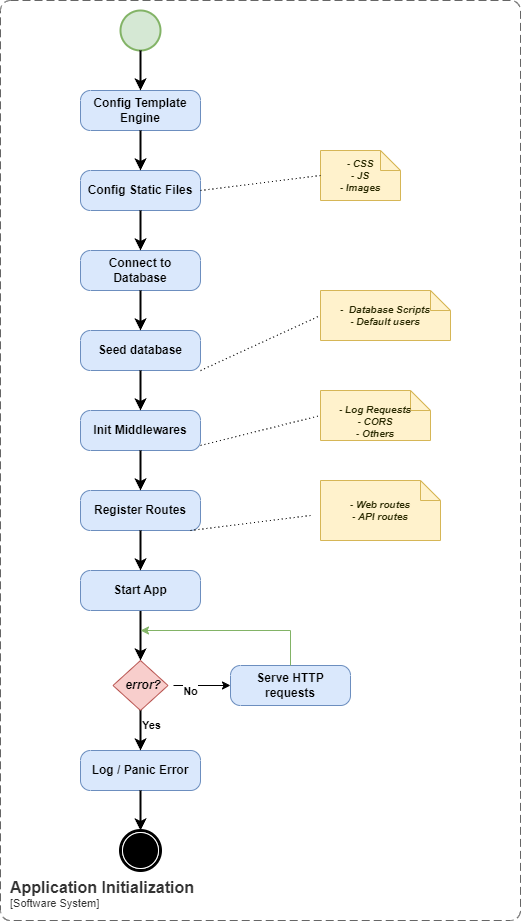
ortizdavid/golang-modular-software keeps this draw.io diagram as docs/_diagrams/App Initalization.png. Above is the earlier version. Source tidied: cells renumbered, new cells last; positions are measured from the earlier drawing's top-left corner, leaving out a move shared by most shapes. Its diagram source:
```xml
<mxGraphModel>
  <root>
    <mxCell id="0" />
    <mxCell id="1" parent="0" />
    <mxCell id="2" value="Config Template Engine" style="points=[[0.25,0,0],[0.5,0,0],[0.75,0,0],[1,0.25,0],[1,0.5,0],[1,0.75,0],[0.75,1,0],[0.5,1,0],[0.25,1,0],[0,0.75,0],[0,0.5,0],[0,0.25,0]];shape=mxgraph.bpmn.task;whiteSpace=wrap;rectStyle=rounded;size=10;html=1;taskMarker=abstract;fillColor=#dae8fc;strokeColor=#6c8ebf;fontStyle=1;" parent="1" vertex="1">
      <mxGeometry x="80" y="90" width="120" height="40" as="geometry" />
    </mxCell>
    <object id="3" label="&lt;font style=&quot;font-size: 16px&quot;&gt;&lt;b&gt;&lt;div style=&quot;text-align: left&quot;&gt;%c4Name%&lt;/div&gt;&lt;/b&gt;&lt;/font&gt;&lt;div style=&quot;text-align: left&quot;&gt;[%c4Application%]&lt;/div&gt;" c4Application="Software System" c4Name="Application Initialization" c4Type="SystemScopeBoundary" placeholders="1">
      <mxCell style="rounded=1;fontSize=11;whiteSpace=wrap;html=1;dashed=1;arcSize=20;fillColor=none;strokeColor=#666666;fontColor=#333333;labelBackgroundColor=none;align=left;verticalAlign=bottom;labelBorderColor=none;spacingTop=0;spacing=10;dashPattern=8 4;perimeter=rectanglePerimeter;noLabel=0;labelPadding=0;absoluteArcSize=1;" parent="1" vertex="1">
        <mxGeometry width="520" height="920" as="geometry" />
      </mxCell>
    </object>
    <mxCell id="4" value="Connect to Database" style="points=[[0.25,0,0],[0.5,0,0],[0.75,0,0],[1,0.25,0],[1,0.5,0],[1,0.75,0],[0.75,1,0],[0.5,1,0],[0.25,1,0],[0,0.75,0],[0,0.5,0],[0,0.25,0]];shape=mxgraph.bpmn.task;whiteSpace=wrap;rectStyle=rounded;size=10;html=1;taskMarker=abstract;fillColor=#dae8fc;strokeColor=#6c8ebf;fontStyle=1;" parent="1" vertex="1">
      <mxGeometry x="80" y="250" width="120" height="40" as="geometry" />
    </mxCell>
    <mxCell id="5" value="Seed database" style="points=[[0.25,0,0],[0.5,0,0],[0.75,0,0],[1,0.25,0],[1,0.5,0],[1,0.75,0],[0.75,1,0],[0.5,1,0],[0.25,1,0],[0,0.75,0],[0,0.5,0],[0,0.25,0]];shape=mxgraph.bpmn.task;whiteSpace=wrap;rectStyle=rounded;size=10;html=1;taskMarker=abstract;fillColor=#dae8fc;strokeColor=#6c8ebf;fontStyle=1;" parent="1" vertex="1">
      <mxGeometry x="80" y="330" width="120" height="40" as="geometry" />
    </mxCell>
    <mxCell id="6" value="Config Static Files" style="points=[[0.25,0,0],[0.5,0,0],[0.75,0,0],[1,0.25,0],[1,0.5,0],[1,0.75,0],[0.75,1,0],[0.5,1,0],[0.25,1,0],[0,0.75,0],[0,0.5,0],[0,0.25,0]];shape=mxgraph.bpmn.task;whiteSpace=wrap;rectStyle=rounded;size=10;html=1;taskMarker=abstract;fillColor=#dae8fc;strokeColor=#6c8ebf;fontStyle=1;" parent="1" vertex="1">
      <mxGeometry x="80" y="170" width="120" height="40" as="geometry" />
    </mxCell>
    <mxCell id="7" value="Init Middlewares" style="points=[[0.25,0,0],[0.5,0,0],[0.75,0,0],[1,0.25,0],[1,0.5,0],[1,0.75,0],[0.75,1,0],[0.5,1,0],[0.25,1,0],[0,0.75,0],[0,0.5,0],[0,0.25,0]];shape=mxgraph.bpmn.task;whiteSpace=wrap;rectStyle=rounded;size=10;html=1;taskMarker=abstract;fillColor=#dae8fc;strokeColor=#6c8ebf;fontStyle=1;" parent="1" vertex="1">
      <mxGeometry x="80" y="410" width="120" height="40" as="geometry" />
    </mxCell>
    <mxCell id="8" value="Register Routes" style="points=[[0.25,0,0],[0.5,0,0],[0.75,0,0],[1,0.25,0],[1,0.5,0],[1,0.75,0],[0.75,1,0],[0.5,1,0],[0.25,1,0],[0,0.75,0],[0,0.5,0],[0,0.25,0]];shape=mxgraph.bpmn.task;whiteSpace=wrap;rectStyle=rounded;size=10;html=1;taskMarker=abstract;fillColor=#dae8fc;strokeColor=#6c8ebf;fontStyle=1;" parent="1" vertex="1">
      <mxGeometry x="80" y="490" width="120" height="40" as="geometry" />
    </mxCell>
    <mxCell id="9" style="edgeStyle=orthogonalEdgeStyle;rounded=0;jettySize=auto;html=1;entryX=0.5;entryY=0;entryDx=0;entryDy=0;entryPerimeter=0;fontStyle=1;strokeWidth=2;" parent="1" edge="1" source="2" target="6">
      <mxGeometry relative="1" as="geometry" />
    </mxCell>
    <mxCell id="10" style="edgeStyle=orthogonalEdgeStyle;rounded=0;jettySize=auto;html=1;exitX=0.5;exitY=1;exitDx=0;exitDy=0;exitPerimeter=0;entryX=0.5;entryY=0;entryDx=0;entryDy=0;entryPerimeter=0;fontStyle=1;strokeWidth=2;" parent="1" edge="1" source="6" target="4">
      <mxGeometry relative="1" as="geometry" />
    </mxCell>
    <mxCell id="11" style="edgeStyle=orthogonalEdgeStyle;rounded=0;jettySize=auto;html=1;exitX=0.5;exitY=1;exitDx=0;exitDy=0;exitPerimeter=0;strokeWidth=2;" parent="1" edge="1" source="12">
      <mxGeometry relative="1" as="geometry">
        <mxPoint x="140" y="660" as="targetPoint" />
      </mxGeometry>
    </mxCell>
    <mxCell id="12" value="Start App" style="points=[[0.25,0,0],[0.5,0,0],[0.75,0,0],[1,0.25,0],[1,0.5,0],[1,0.75,0],[0.75,1,0],[0.5,1,0],[0.25,1,0],[0,0.75,0],[0,0.5,0],[0,0.25,0]];shape=mxgraph.bpmn.task;whiteSpace=wrap;rectStyle=rounded;size=10;html=1;taskMarker=abstract;fillColor=#dae8fc;strokeColor=#6c8ebf;fontStyle=1;" parent="1" vertex="1">
      <mxGeometry x="80" y="570" width="120" height="40" as="geometry" />
    </mxCell>
    <mxCell id="13" style="edgeStyle=orthogonalEdgeStyle;rounded=0;jettySize=auto;html=1;exitX=0.5;exitY=1;exitDx=0;exitDy=0;exitPerimeter=0;entryX=0.5;entryY=0;entryDx=0;entryDy=0;entryPerimeter=0;fontStyle=1;strokeWidth=2;" parent="1" edge="1" source="4" target="5">
      <mxGeometry relative="1" as="geometry" />
    </mxCell>
    <mxCell id="14" style="edgeStyle=orthogonalEdgeStyle;rounded=0;jettySize=auto;html=1;entryX=0.5;entryY=0;entryDx=0;entryDy=0;entryPerimeter=0;fontStyle=1;strokeWidth=2;" parent="1" edge="1" source="5" target="7">
      <mxGeometry relative="1" as="geometry" />
    </mxCell>
    <mxCell id="15" style="edgeStyle=orthogonalEdgeStyle;rounded=0;jettySize=auto;html=1;entryX=0.5;entryY=0;entryDx=0;entryDy=0;entryPerimeter=0;fontStyle=1;strokeWidth=2;" parent="1" edge="1" source="7" target="8">
      <mxGeometry relative="1" as="geometry" />
    </mxCell>
    <mxCell id="16" style="points=[[0.145,0.145,0],[0.5,0,0],[0.855,0.145,0],[1,0.5,0],[0.855,0.855,0],[0.5,1,0],[0.145,0.855,0],[0,0.5,0]];shape=mxgraph.bpmn.event;html=1;verticalLabelPosition=bottom;labelBackgroundColor=#ffffff;verticalAlign=top;align=center;perimeter=ellipsePerimeter;outlineConnect=0;outline=end;symbol=terminate;" parent="1" vertex="1">
      <mxGeometry x="120" y="830" width="40" height="40" as="geometry" />
    </mxCell>
    <mxCell id="17" style="points=[[0.145,0.145,0],[0.5,0,0],[0.855,0.145,0],[1,0.5,0],[0.855,0.855,0],[0.5,1,0],[0.145,0.855,0],[0,0.5,0]];shape=mxgraph.bpmn.event;html=1;verticalLabelPosition=bottom;labelBackgroundColor=#ffffff;verticalAlign=top;align=center;perimeter=ellipsePerimeter;outlineConnect=0;outline=standard;symbol=general;fillColor=#d5e8d4;strokeColor=#82b366;strokeWidth=2;" parent="1" vertex="1">
      <mxGeometry x="120" y="10" width="40" height="40" as="geometry" />
    </mxCell>
    <mxCell id="18" style="edgeStyle=orthogonalEdgeStyle;rounded=0;jettySize=auto;html=1;exitX=0.5;exitY=1;exitDx=0;exitDy=0;exitPerimeter=0;entryX=0.5;entryY=0;entryDx=0;entryDy=0;entryPerimeter=0;strokeWidth=2;" parent="1" edge="1" source="17" target="2">
      <mxGeometry relative="1" as="geometry" />
    </mxCell>
    <mxCell id="19" style="edgeStyle=orthogonalEdgeStyle;rounded=0;jettySize=auto;html=1;exitX=0.5;exitY=1;exitDx=0;exitDy=0;exitPerimeter=0;entryX=0.5;entryY=0;entryDx=0;entryDy=0;entryPerimeter=0;strokeWidth=2;" parent="1" edge="1" source="8" target="12">
      <mxGeometry relative="1" as="geometry" />
    </mxCell>
    <mxCell id="20" style="points=[[0.25,0.25,0],[0.5,0,0],[0.75,0.25,0],[1,0.5,0],[0.75,0.75,0],[0.5,1,0],[0.25,0.75,0],[0,0.5,0]];shape=mxgraph.bpmn.gateway2;html=1;verticalLabelPosition=bottom;labelBackgroundColor=#ffffff;verticalAlign=top;align=center;perimeter=rhombusPerimeter;outlineConnect=0;outline=none;symbol=none;fillColor=#f8cecc;strokeColor=#b85450;" parent="1" vertex="1">
      <mxGeometry x="112.5" y="660" width="55" height="50" as="geometry" />
    </mxCell>
    <mxCell id="21" value="Log&amp;nbsp;&lt;span style=&quot;background-color: initial;&quot;&gt;/ Panic Error&lt;/span&gt;" style="points=[[0.25,0,0],[0.5,0,0],[0.75,0,0],[1,0.25,0],[1,0.5,0],[1,0.75,0],[0.75,1,0],[0.5,1,0],[0.25,1,0],[0,0.75,0],[0,0.5,0],[0,0.25,0]];shape=mxgraph.bpmn.task;whiteSpace=wrap;rectStyle=rounded;size=10;html=1;taskMarker=abstract;fillColor=#dae8fc;strokeColor=#6c8ebf;fontStyle=1;" parent="1" vertex="1">
      <mxGeometry x="80" y="750" width="120" height="40" as="geometry" />
    </mxCell>
    <mxCell id="22" style="edgeStyle=orthogonalEdgeStyle;rounded=0;jettySize=auto;html=1;exitX=0.5;exitY=1;exitDx=0;exitDy=0;exitPerimeter=0;entryX=0.5;entryY=0;entryDx=0;entryDy=0;entryPerimeter=0;strokeWidth=2;" parent="1" edge="1" source="21" target="16">
      <mxGeometry relative="1" as="geometry" />
    </mxCell>
    <mxCell id="23" style="edgeStyle=orthogonalEdgeStyle;rounded=0;jettySize=auto;html=1;exitX=0.5;exitY=1;exitDx=0;exitDy=0;exitPerimeter=0;entryX=0.5;entryY=0;entryDx=0;entryDy=0;entryPerimeter=0;strokeWidth=2;" parent="1" edge="1" source="20" target="21">
      <mxGeometry relative="1" as="geometry" />
    </mxCell>
    <mxCell id="24" value="Yes" style="edgeLabel;html=1;align=center;verticalAlign=middle;fontStyle=1;" parent="23" vertex="1">
      <mxGeometry x="-0.12" y="-1" relative="1" as="geometry">
        <mxPoint x="11" y="-3" as="offset" />
      </mxGeometry>
    </mxCell>
    <mxCell id="25" value="error?" style="text;html=1;align=center;verticalAlign=middle;whiteSpace=wrap;rounded=0;fontStyle=3;" parent="1" vertex="1">
      <mxGeometry x="113" y="670" width="60" height="30" as="geometry" />
    </mxCell>
    <mxCell id="26" value="Serve HTTP requests" style="points=[[0.25,0,0],[0.5,0,0],[0.75,0,0],[1,0.25,0],[1,0.5,0],[1,0.75,0],[0.75,1,0],[0.5,1,0],[0.25,1,0],[0,0.75,0],[0,0.5,0],[0,0.25,0]];shape=mxgraph.bpmn.task;whiteSpace=wrap;rectStyle=rounded;size=10;html=1;taskMarker=abstract;fillColor=#dae8fc;strokeColor=#6c8ebf;fontStyle=1;" parent="1" vertex="1">
      <mxGeometry x="230" y="665" width="120" height="40" as="geometry" />
    </mxCell>
    <mxCell id="27" style="edgeStyle=orthogonalEdgeStyle;rounded=0;jettySize=auto;html=1;exitX=1;exitY=0.5;exitDx=0;exitDy=0;entryX=0;entryY=0.5;entryDx=0;entryDy=0;entryPerimeter=0;" parent="1" edge="1" source="25" target="26">
      <mxGeometry relative="1" as="geometry" />
    </mxCell>
    <mxCell id="28" value="No" style="edgeLabel;html=1;align=center;verticalAlign=middle;fontStyle=1;" parent="27" vertex="1">
      <mxGeometry x="-0.1" y="-5" relative="1" as="geometry">
        <mxPoint x="-9" as="offset" />
      </mxGeometry>
    </mxCell>
    <mxCell id="29" value="&lt;font style=&quot;font-size: 10px;&quot;&gt;&lt;i style=&quot;font-size: 10px;&quot;&gt;- CSS&lt;br style=&quot;font-size: 10px;&quot;&gt;- JS&lt;br style=&quot;font-size: 10px;&quot;&gt;- Images&lt;/i&gt;&lt;/font&gt;" style="shape=note;strokeWidth=1;fontSize=10;size=20;whiteSpace=wrap;html=1;fillColor=#fff2cc;strokeColor=#d6b656;fontColor=#292900;fontStyle=1;" parent="1" vertex="1">
      <mxGeometry x="320" y="150" width="80" height="50" as="geometry" />
    </mxCell>
    <mxCell id="30" style="endArrow=none;dashed=1;html=1;dashPattern=1 3;strokeWidth=1;rounded=0;exitX=1;exitY=0.5;exitDx=0;exitDy=0;exitPerimeter=0;entryX=0;entryY=0.5;entryDx=0;entryDy=0;entryPerimeter=0;" parent="1" edge="1" source="6" target="29">
      <mxGeometry relative="1" as="geometry" />
    </mxCell>
    <mxCell id="31" value="&lt;br&gt;&lt;div&gt;&lt;i&gt;- Log Requests&lt;/i&gt;&lt;/div&gt;&lt;div&gt;&lt;i&gt;- CORS&lt;br&gt;- Others&lt;/i&gt;&lt;/div&gt;" style="shape=note;strokeWidth=1;fontSize=10;size=20;whiteSpace=wrap;html=1;fillColor=#fff2cc;strokeColor=#d6b656;fontColor=#292900;fontStyle=1;" parent="1" vertex="1">
      <mxGeometry x="320" y="390" width="110" height="50" as="geometry" />
    </mxCell>
    <mxCell id="32" style="endArrow=none;dashed=1;html=1;dashPattern=1 3;strokeWidth=1;rounded=0;exitX=1;exitY=0.5;exitDx=0;exitDy=0;exitPerimeter=0;entryX=0;entryY=0.5;entryDx=0;entryDy=0;entryPerimeter=0;" parent="1" edge="1" target="31">
      <mxGeometry relative="1" as="geometry">
        <mxPoint x="200" y="445" as="sourcePoint" />
      </mxGeometry>
    </mxCell>
    <mxCell id="33" value="- Web routes&lt;div&gt;- API routes&lt;/div&gt;" style="shape=note;strokeWidth=1;fontSize=10;size=20;whiteSpace=wrap;html=1;fillColor=#fff2cc;strokeColor=#d6b656;fontColor=#292900;fontStyle=3;" parent="1" vertex="1">
      <mxGeometry x="320" y="480" width="120" height="60" as="geometry" />
    </mxCell>
    <mxCell id="34" style="endArrow=none;dashed=1;html=1;dashPattern=1 3;strokeWidth=1;rounded=0;entryX=0;entryY=0.5;entryDx=0;entryDy=0;entryPerimeter=0;" parent="1" edge="1">
      <mxGeometry relative="1" as="geometry">
        <mxPoint x="190" y="530" as="sourcePoint" />
        <mxPoint x="310" y="515" as="targetPoint" />
      </mxGeometry>
    </mxCell>
    <mxCell id="35" value="&lt;i&gt;-&amp;nbsp; Database Scripts&lt;/i&gt;&lt;div&gt;&lt;i&gt;- Default users&lt;/i&gt;&lt;/div&gt;" style="shape=note;strokeWidth=1;fontSize=10;size=20;whiteSpace=wrap;html=1;fillColor=#fff2cc;strokeColor=#d6b656;fontColor=#292900;fontStyle=1;" parent="1" vertex="1">
      <mxGeometry x="320" y="290" width="130" height="50" as="geometry" />
    </mxCell>
    <mxCell id="36" style="endArrow=none;dashed=1;html=1;dashPattern=1 3;strokeWidth=1;rounded=0;exitX=1;exitY=0.5;exitDx=0;exitDy=0;exitPerimeter=0;entryX=0;entryY=0.5;entryDx=0;entryDy=0;entryPerimeter=0;" parent="1" edge="1" target="35">
      <mxGeometry relative="1" as="geometry">
        <mxPoint x="200" y="370" as="sourcePoint" />
      </mxGeometry>
    </mxCell>
    <mxCell id="37" style="endArrow=classic;html=1;rounded=0;fillColor=#d5e8d4;strokeColor=#82b366;exitX=0.5;exitY=0;exitDx=0;exitDy=0;exitPerimeter=0;" parent="1" edge="1" source="26">
      <mxGeometry relative="1" as="geometry">
        <mxPoint x="140" y="630" as="targetPoint" />
        <Array as="points">
          <mxPoint x="290" y="630" />
        </Array>
      </mxGeometry>
    </mxCell>
  </root>
</mxGraphModel>
```
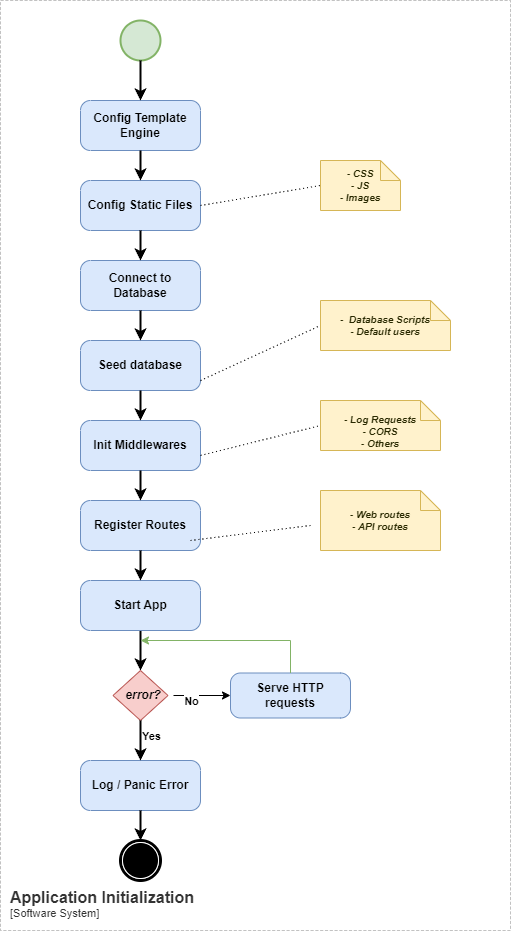
The same file after the commit.

What changed in the source:
```diff
@@ -3,27 +3,27 @@
     <mxCell id="0" />
     <mxCell id="1" parent="0" />
     <mxCell id="2" value="Config Template Engine" style="points=[[0.25,0,0],[0.5,0,0],[0.75,0,0],[1,0.25,0],[1,0.5,0],[1,0.75,0],[0.75,1,0],[0.5,1,0],[0.25,1,0],[0,0.75,0],[0,0.5,0],[0,0.25,0]];shape=mxgraph.bpmn.task;whiteSpace=wrap;rectStyle=rounded;size=10;html=1;taskMarker=abstract;fillColor=#dae8fc;strokeColor=#6c8ebf;fontStyle=1;" parent="1" vertex="1">
-      <mxGeometry x="80" y="90" width="120" height="40" as="geometry" />
+      <mxGeometry x="80" y="90" width="120" height="50" as="geometry" />
     </mxCell>
     <object id="3" label="&lt;font style=&quot;font-size: 16px&quot;&gt;&lt;b&gt;&lt;div style=&quot;text-align: left&quot;&gt;%c4Name%&lt;/div&gt;&lt;/b&gt;&lt;/font&gt;&lt;div style=&quot;text-align: left&quot;&gt;[%c4Application%]&lt;/div&gt;" c4Application="Software System" c4Name="Application Initialization" c4Type="SystemScopeBoundary" placeholders="1">
-      <mxCell style="rounded=1;fontSize=11;whiteSpace=wrap;html=1;dashed=1;arcSize=20;fillColor=none;strokeColor=#666666;fontColor=#333333;labelBackgroundColor=none;align=left;verticalAlign=bottom;labelBorderColor=none;spacingTop=0;spacing=10;dashPattern=8 4;perimeter=rectanglePerimeter;noLabel=0;labelPadding=0;absoluteArcSize=1;" parent="1" vertex="1">
-        <mxGeometry width="520" height="920" as="geometry" />
+      <mxCell style="rounded=0;fontSize=11;whiteSpace=wrap;html=1;dashed=1;arcSize=20;fillColor=none;strokeColor=#666666;fontColor=#333333;labelBackgroundColor=none;align=left;verticalAlign=bottom;labelBorderColor=none;spacingTop=0;spacing=10;dashPattern=8 4;perimeter=rectanglePerimeter;noLabel=0;labelPadding=0;absoluteArcSize=1;strokeWidth=0.4;" parent="1" vertex="1">
+        <mxGeometry y="-10" width="510" height="930" as="geometry" />
       </mxCell>
     </object>
     <mxCell id="4" value="Connect to Database" style="points=[[0.25,0,0],[0.5,0,0],[0.75,0,0],[1,0.25,0],[1,0.5,0],[1,0.75,0],[0.75,1,0],[0.5,1,0],[0.25,1,0],[0,0.75,0],[0,0.5,0],[0,0.25,0]];shape=mxgraph.bpmn.task;whiteSpace=wrap;rectStyle=rounded;size=10;html=1;taskMarker=abstract;fillColor=#dae8fc;strokeColor=#6c8ebf;fontStyle=1;" parent="1" vertex="1">
-      <mxGeometry x="80" y="250" width="120" height="40" as="geometry" />
+      <mxGeometry x="80" y="250" width="120" height="50" as="geometry" />
     </mxCell>
     <mxCell id="5" value="Seed database" style="points=[[0.25,0,0],[0.5,0,0],[0.75,0,0],[1,0.25,0],[1,0.5,0],[1,0.75,0],[0.75,1,0],[0.5,1,0],[0.25,1,0],[0,0.75,0],[0,0.5,0],[0,0.25,0]];shape=mxgraph.bpmn.task;whiteSpace=wrap;rectStyle=rounded;size=10;html=1;taskMarker=abstract;fillColor=#dae8fc;strokeColor=#6c8ebf;fontStyle=1;" parent="1" vertex="1">
-      <mxGeometry x="80" y="330" width="120" height="40" as="geometry" />
+      <mxGeometry x="80" y="330" width="120" height="50" as="geometry" />
     </mxCell>
     <mxCell id="6" value="Config Static Files" style="points=[[0.25,0,0],[0.5,0,0],[0.75,0,0],[1,0.25,0],[1,0.5,0],[1,0.75,0],[0.75,1,0],[0.5,1,0],[0.25,1,0],[0,0.75,0],[0,0.5,0],[0,0.25,0]];shape=mxgraph.bpmn.task;whiteSpace=wrap;rectStyle=rounded;size=10;html=1;taskMarker=abstract;fillColor=#dae8fc;strokeColor=#6c8ebf;fontStyle=1;" parent="1" vertex="1">
-      <mxGeometry x="80" y="170" width="120" height="40" as="geometry" />
+      <mxGeometry x="80" y="170" width="120" height="50" as="geometry" />
     </mxCell>
     <mxCell id="7" value="Init Middlewares" style="points=[[0.25,0,0],[0.5,0,0],[0.75,0,0],[1,0.25,0],[1,0.5,0],[1,0.75,0],[0.75,1,0],[0.5,1,0],[0.25,1,0],[0,0.75,0],[0,0.5,0],[0,0.25,0]];shape=mxgraph.bpmn.task;whiteSpace=wrap;rectStyle=rounded;size=10;html=1;taskMarker=abstract;fillColor=#dae8fc;strokeColor=#6c8ebf;fontStyle=1;" parent="1" vertex="1">
-      <mxGeometry x="80" y="410" width="120" height="40" as="geometry" />
+      <mxGeometry x="80" y="410" width="120" height="50" as="geometry" />
     </mxCell>
     <mxCell id="8" value="Register Routes" style="points=[[0.25,0,0],[0.5,0,0],[0.75,0,0],[1,0.25,0],[1,0.5,0],[1,0.75,0],[0.75,1,0],[0.5,1,0],[0.25,1,0],[0,0.75,0],[0,0.5,0],[0,0.25,0]];shape=mxgraph.bpmn.task;whiteSpace=wrap;rectStyle=rounded;size=10;html=1;taskMarker=abstract;fillColor=#dae8fc;strokeColor=#6c8ebf;fontStyle=1;" parent="1" vertex="1">
-      <mxGeometry x="80" y="490" width="120" height="40" as="geometry" />
+      <mxGeometry x="80" y="490" width="120" height="50" as="geometry" />
     </mxCell>
     <mxCell id="9" style="edgeStyle=orthogonalEdgeStyle;rounded=0;jettySize=auto;html=1;entryX=0.5;entryY=0;entryDx=0;entryDy=0;entryPerimeter=0;fontStyle=1;strokeWidth=2;" parent="1" edge="1" source="2" target="6">
       <mxGeometry relative="1" as="geometry" />
@@ -37,7 +37,7 @@
       </mxGeometry>
     </mxCell>
     <mxCell id="12" value="Start App" style="points=[[0.25,0,0],[0.5,0,0],[0.75,0,0],[1,0.25,0],[1,0.5,0],[1,0.75,0],[0.75,1,0],[0.5,1,0],[0.25,1,0],[0,0.75,0],[0,0.5,0],[0,0.25,0]];shape=mxgraph.bpmn.task;whiteSpace=wrap;rectStyle=rounded;size=10;html=1;taskMarker=abstract;fillColor=#dae8fc;strokeColor=#6c8ebf;fontStyle=1;" parent="1" vertex="1">
-      <mxGeometry x="80" y="570" width="120" height="40" as="geometry" />
+      <mxGeometry x="80" y="570" width="120" height="50" as="geometry" />
     </mxCell>
     <mxCell id="13" style="edgeStyle=orthogonalEdgeStyle;rounded=0;jettySize=auto;html=1;exitX=0.5;exitY=1;exitDx=0;exitDy=0;exitPerimeter=0;entryX=0.5;entryY=0;entryDx=0;entryDy=0;entryPerimeter=0;fontStyle=1;strokeWidth=2;" parent="1" edge="1" source="4" target="5">
       <mxGeometry relative="1" as="geometry" />
@@ -64,7 +64,7 @@
       <mxGeometry x="112.5" y="660" width="55" height="50" as="geometry" />
     </mxCell>
     <mxCell id="21" value="Log&amp;nbsp;&lt;span style=&quot;background-color: initial;&quot;&gt;/ Panic Error&lt;/span&gt;" style="points=[[0.25,0,0],[0.5,0,0],[0.75,0,0],[1,0.25,0],[1,0.5,0],[1,0.75,0],[0.75,1,0],[0.5,1,0],[0.25,1,0],[0,0.75,0],[0,0.5,0],[0,0.25,0]];shape=mxgraph.bpmn.task;whiteSpace=wrap;rectStyle=rounded;size=10;html=1;taskMarker=abstract;fillColor=#dae8fc;strokeColor=#6c8ebf;fontStyle=1;" parent="1" vertex="1">
-      <mxGeometry x="80" y="750" width="120" height="40" as="geometry" />
+      <mxGeometry x="80" y="750" width="120" height="50" as="geometry" />
     </mxCell>
     <mxCell id="22" style="edgeStyle=orthogonalEdgeStyle;rounded=0;jettySize=auto;html=1;exitX=0.5;exitY=1;exitDx=0;exitDy=0;exitPerimeter=0;entryX=0.5;entryY=0;entryDx=0;entryDy=0;entryPerimeter=0;strokeWidth=2;" parent="1" edge="1" source="21" target="16">
       <mxGeometry relative="1" as="geometry" />
@@ -81,7 +81,7 @@
       <mxGeometry x="113" y="670" width="60" height="30" as="geometry" />
     </mxCell>
     <mxCell id="26" value="Serve HTTP requests" style="points=[[0.25,0,0],[0.5,0,0],[0.75,0,0],[1,0.25,0],[1,0.5,0],[1,0.75,0],[0.75,1,0],[0.5,1,0],[0.25,1,0],[0,0.75,0],[0,0.5,0],[0,0.25,0]];shape=mxgraph.bpmn.task;whiteSpace=wrap;rectStyle=rounded;size=10;html=1;taskMarker=abstract;fillColor=#dae8fc;strokeColor=#6c8ebf;fontStyle=1;" parent="1" vertex="1">
-      <mxGeometry x="230" y="665" width="120" height="40" as="geometry" />
+      <mxGeometry x="230" y="662.5" width="120" height="45" as="geometry" />
     </mxCell>
     <mxCell id="27" style="edgeStyle=orthogonalEdgeStyle;rounded=0;jettySize=auto;html=1;exitX=1;exitY=0.5;exitDx=0;exitDy=0;entryX=0;entryY=0.5;entryDx=0;entryDy=0;entryPerimeter=0;" parent="1" edge="1" source="25" target="26">
       <mxGeometry relative="1" as="geometry" />
@@ -98,7 +98,7 @@
       <mxGeometry relative="1" as="geometry" />
     </mxCell>
     <mxCell id="31" value="&lt;br&gt;&lt;div&gt;&lt;i&gt;- Log Requests&lt;/i&gt;&lt;/div&gt;&lt;div&gt;&lt;i&gt;- CORS&lt;br&gt;- Others&lt;/i&gt;&lt;/div&gt;" style="shape=note;strokeWidth=1;fontSize=10;size=20;whiteSpace=wrap;html=1;fillColor=#fff2cc;strokeColor=#d6b656;fontColor=#292900;fontStyle=1;" parent="1" vertex="1">
-      <mxGeometry x="320" y="390" width="110" height="50" as="geometry" />
+      <mxGeometry x="320" y="390" width="120" height="50" as="geometry" />
     </mxCell>
     <mxCell id="32" style="endArrow=none;dashed=1;html=1;dashPattern=1 3;strokeWidth=1;rounded=0;exitX=1;exitY=0.5;exitDx=0;exitDy=0;exitPerimeter=0;entryX=0;entryY=0.5;entryDx=0;entryDy=0;entryPerimeter=0;" parent="1" edge="1" target="31">
       <mxGeometry relative="1" as="geometry">
```
